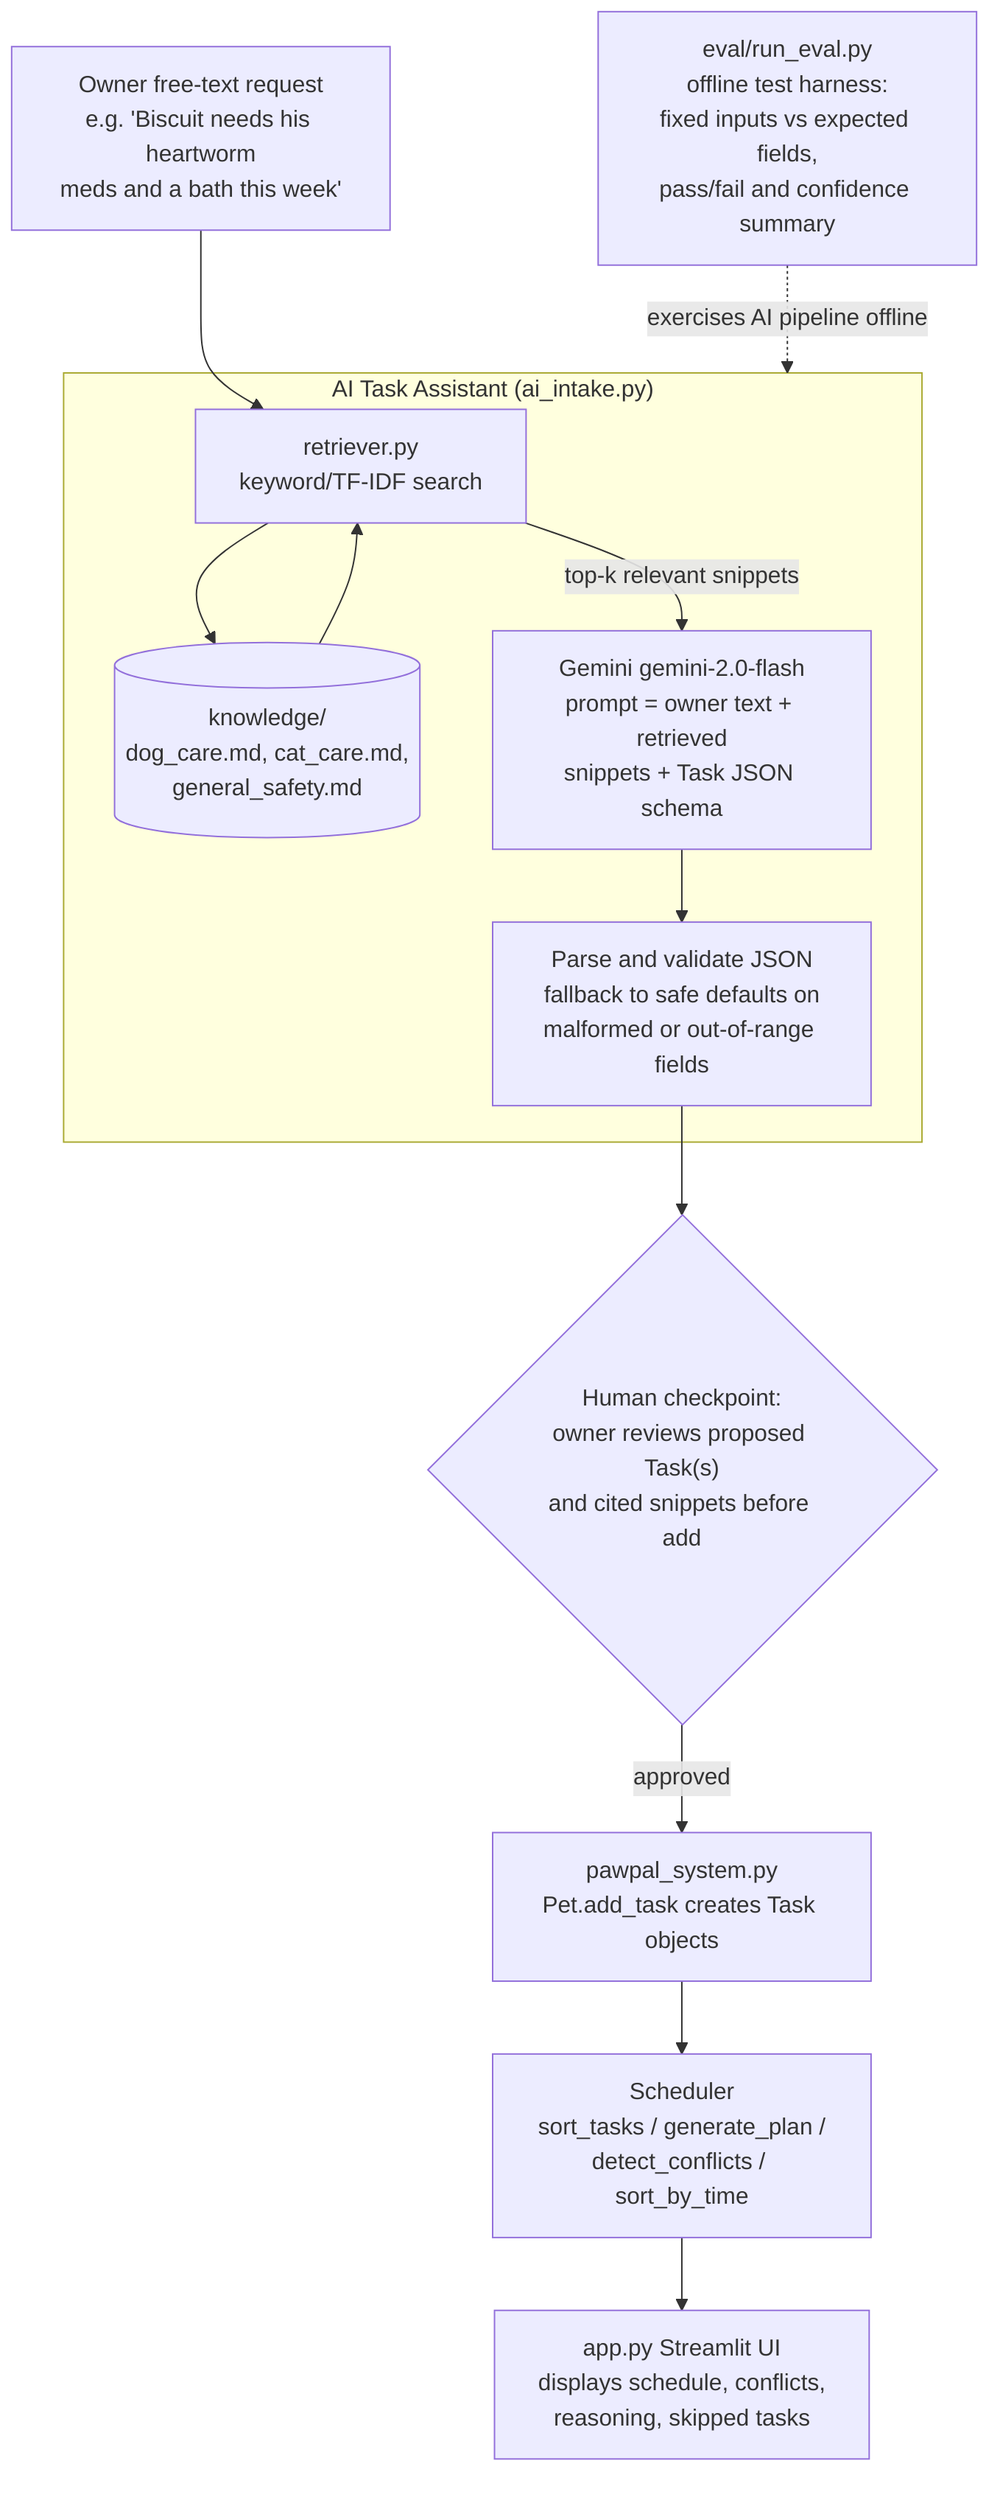
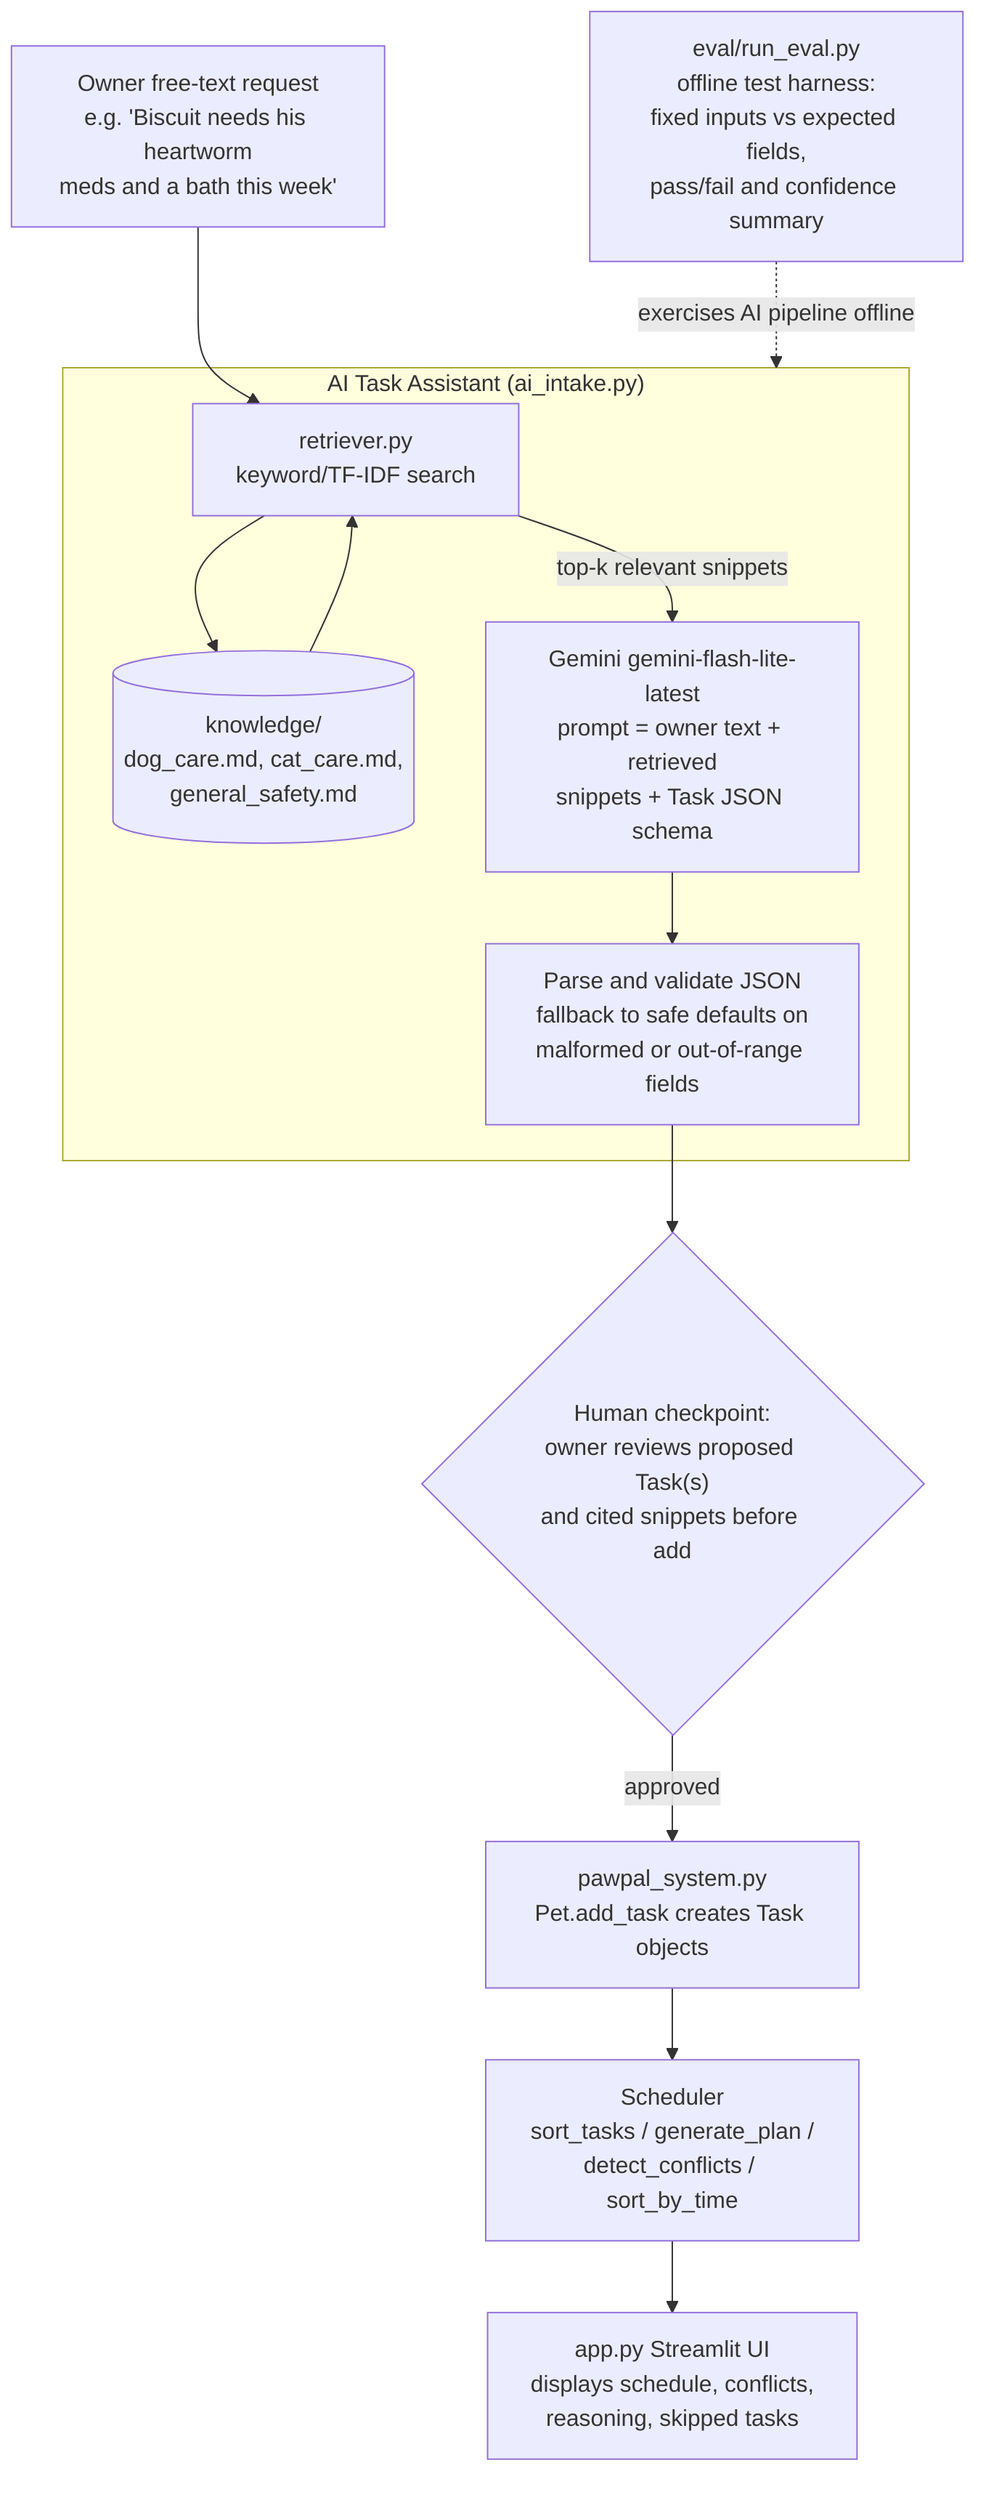
flowchart TD
    Owner["Owner free-text request<br/>e.g. 'Biscuit needs his heartworm<br/>meds and a bath this week'"]

    subgraph AI["AI Task Assistant (ai_intake.py)"]
        Retriever["retriever.py<br/>keyword/TF-IDF search"]
        KB[("knowledge/<br/>dog_care.md, cat_care.md,<br/>general_safety.md")]
-         LLM["Gemini gemini-2.0-flash<br/>prompt = owner text + retrieved<br/>snippets + Task JSON schema"]
+         LLM["Gemini gemini-flash-lite-latest<br/>prompt = owner text + retrieved<br/>snippets + Task JSON schema"]
        Parser["Parse and validate JSON<br/>fallback to safe defaults on<br/>malformed or out-of-range fields"]
    end

    HumanCheck{"Human checkpoint:<br/>owner reviews proposed Task(s)<br/>and cited snippets before add"}

    Core["pawpal_system.py<br/>Pet.add_task creates Task objects"]
    Scheduler["Scheduler<br/>sort_tasks / generate_plan /<br/>detect_conflicts / sort_by_time"]
    UI["app.py Streamlit UI<br/>displays schedule, conflicts,<br/>reasoning, skipped tasks"]

    Eval["eval/run_eval.py<br/>offline test harness:<br/>fixed inputs vs expected fields,<br/>pass/fail and confidence summary"]

    Owner --> Retriever
    Retriever --> KB
    KB --> Retriever
    Retriever -->|top-k relevant snippets| LLM
    LLM --> Parser
    Parser --> HumanCheck
    HumanCheck -->|approved| Core
    Core --> Scheduler
    Scheduler --> UI
    Eval -.->|exercises AI pipeline offline| AI
